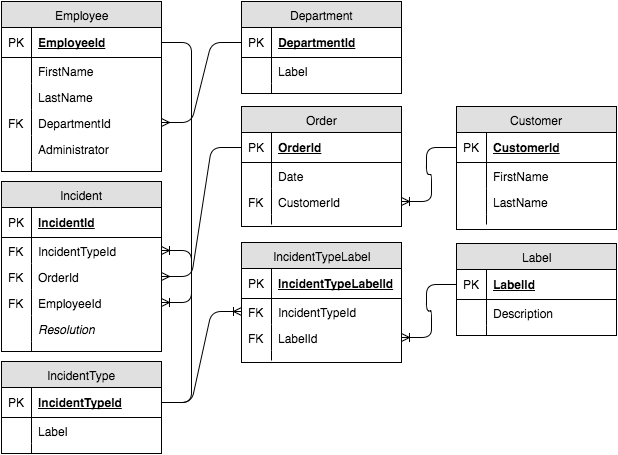
TeamCharles/customer-service keeps this draw.io diagram as CustomerServiceERD.png. Above is the earlier version. Source tidied: cells renumbered, new cells last; positions are measured from the earlier drawing's top-left corner, leaving out a move shared by most shapes.
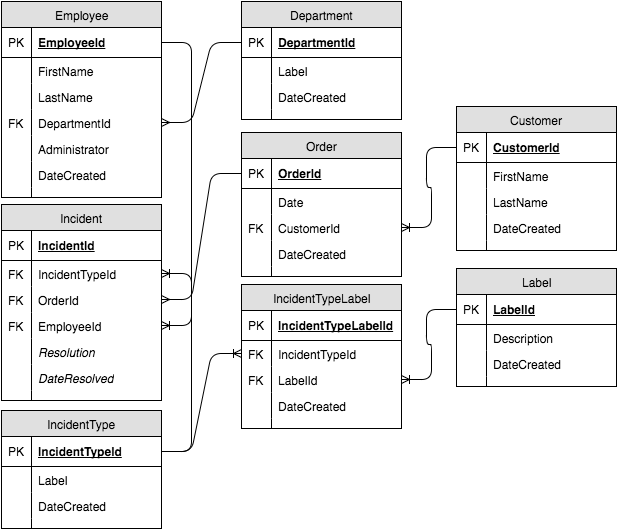
After the change.

The edit, as a diff of the source:
```diff
@@ -3,7 +3,7 @@
     <mxCell id="0" />
     <mxCell id="1" parent="0" />
     <mxCell id="2" value="Employee" style="swimlane;html=1;fontStyle=0;horizontal=1;startSize=26;fillColor=#e0e0e0;swimlaneFillColor=#ffffff;align=center;" parent="1" vertex="1">
-      <mxGeometry width="160" height="170" as="geometry" />
+      <mxGeometry width="160" height="196" as="geometry" />
     </mxCell>
     <mxCell id="3" value="EmployeeId" style="shape=partialRectangle;top=0;left=0;right=0;bottom=1;html=1;align=left;verticalAlign=middle;fillColor=none;spacingLeft=34;spacingRight=4;whiteSpace=wrap;overflow=hidden;points=[[0,0.5],[1,0.5]];portConstraint=eastwest;fontStyle=5;" parent="2" vertex="1">
       <mxGeometry y="26" width="160" height="30" as="geometry" />
@@ -35,14 +35,20 @@
     <mxCell id="12" style="shape=partialRectangle;top=0;left=0;bottom=0;html=1;fillColor=none;align=left;verticalAlign=top;spacingLeft=4;spacingRight=4;whiteSpace=wrap;overflow=hidden;" parent="11" vertex="1">
       <mxGeometry width="30" height="26" as="geometry" />
     </mxCell>
+    <mxCell id="83" value="DateCreated" style="shape=partialRectangle;top=0;left=0;right=0;bottom=0;html=1;align=left;verticalAlign=top;fillColor=none;spacingLeft=34;spacingRight=4;whiteSpace=wrap;overflow=hidden;" parent="2" vertex="1">
+      <mxGeometry y="160" width="160" height="26" as="geometry" />
+    </mxCell>
+    <mxCell id="84" style="shape=partialRectangle;top=0;left=0;bottom=0;html=1;fillColor=none;align=left;verticalAlign=top;spacingLeft=4;spacingRight=4;whiteSpace=wrap;overflow=hidden;" parent="83" vertex="1">
+      <mxGeometry width="30" height="26" as="geometry" />
+    </mxCell>
     <mxCell id="13" style="shape=partialRectangle;top=0;left=0;right=0;bottom=0;html=1;align=left;verticalAlign=top;fillColor=none;spacingLeft=34;spacingRight=4;whiteSpace=wrap;overflow=hidden;" parent="2" vertex="1">
-      <mxGeometry y="160" width="160" height="10" as="geometry" />
+      <mxGeometry y="186" width="160" height="10" as="geometry" />
     </mxCell>
     <mxCell id="14" style="shape=partialRectangle;top=0;left=0;bottom=0;html=1;fillColor=none;align=left;verticalAlign=top;spacingLeft=4;spacingRight=4;whiteSpace=wrap;overflow=hidden;" parent="13" vertex="1">
       <mxGeometry width="30" height="10" as="geometry" />
     </mxCell>
     <mxCell id="15" value="Department" style="swimlane;html=1;fontStyle=0;horizontal=1;startSize=26;fillColor=#e0e0e0;swimlaneFillColor=#ffffff;align=center;" parent="1" vertex="1">
-      <mxGeometry x="240" width="160" height="92" as="geometry" />
+      <mxGeometry x="240" width="160" height="118" as="geometry" />
     </mxCell>
     <mxCell id="16" value="DepartmentId" style="shape=partialRectangle;top=0;left=0;right=0;bottom=1;html=1;align=left;verticalAlign=middle;fillColor=none;spacingLeft=34;spacingRight=4;whiteSpace=wrap;overflow=hidden;points=[[0,0.5],[1,0.5]];portConstraint=eastwest;fontStyle=5;" parent="15" vertex="1">
       <mxGeometry y="26" width="160" height="30" as="geometry" />
@@ -56,14 +62,20 @@
     <mxCell id="19" style="shape=partialRectangle;top=0;left=0;bottom=0;html=1;fillColor=none;align=left;verticalAlign=top;spacingLeft=4;spacingRight=4;whiteSpace=wrap;overflow=hidden;" parent="18" vertex="1">
       <mxGeometry width="30" height="26" as="geometry" />
     </mxCell>
+    <mxCell id="85" value="DateCreated" style="shape=partialRectangle;top=0;left=0;right=0;bottom=0;html=1;align=left;verticalAlign=top;fillColor=none;spacingLeft=34;spacingRight=4;whiteSpace=wrap;overflow=hidden;" parent="15" vertex="1">
+      <mxGeometry y="82" width="160" height="26" as="geometry" />
+    </mxCell>
+    <mxCell id="86" style="shape=partialRectangle;top=0;left=0;bottom=0;html=1;fillColor=none;align=left;verticalAlign=top;spacingLeft=4;spacingRight=4;whiteSpace=wrap;overflow=hidden;" parent="85" vertex="1">
+      <mxGeometry width="30" height="26" as="geometry" />
+    </mxCell>
     <mxCell id="20" style="shape=partialRectangle;top=0;left=0;right=0;bottom=0;html=1;align=left;verticalAlign=top;fillColor=none;spacingLeft=34;spacingRight=4;whiteSpace=wrap;overflow=hidden;" parent="15" vertex="1">
-      <mxGeometry y="82" width="160" height="10" as="geometry" />
+      <mxGeometry y="108" width="160" height="10" as="geometry" />
     </mxCell>
     <mxCell id="21" style="shape=partialRectangle;top=0;left=0;bottom=0;html=1;fillColor=none;align=left;verticalAlign=top;spacingLeft=4;spacingRight=4;whiteSpace=wrap;overflow=hidden;" parent="20" vertex="1">
       <mxGeometry width="30" height="10" as="geometry" />
     </mxCell>
     <mxCell id="22" value="Incident" style="swimlane;html=1;fontStyle=0;horizontal=1;startSize=26;fillColor=#e0e0e0;swimlaneFillColor=#ffffff;align=center;" parent="1" vertex="1">
-      <mxGeometry y="180" width="160" height="170" as="geometry" />
+      <mxGeometry y="203" width="160" height="196" as="geometry" />
     </mxCell>
     <mxCell id="23" value="IncidentId" style="shape=partialRectangle;top=0;left=0;right=0;bottom=1;html=1;align=left;verticalAlign=middle;fillColor=none;spacingLeft=34;spacingRight=4;whiteSpace=wrap;overflow=hidden;fontStyle=5;" parent="22" vertex="1">
       <mxGeometry y="26" width="160" height="30" as="geometry" />
@@ -95,14 +107,20 @@
     <mxCell id="32" style="shape=partialRectangle;top=0;left=0;bottom=0;html=1;fillColor=none;align=left;verticalAlign=top;spacingLeft=4;spacingRight=4;whiteSpace=wrap;overflow=hidden;fontStyle=2;" parent="31" vertex="1">
       <mxGeometry width="30" height="26" as="geometry" />
     </mxCell>
+    <mxCell id="87" value="DateResolved" style="shape=partialRectangle;top=0;left=0;right=0;bottom=0;html=1;align=left;verticalAlign=top;fillColor=none;spacingLeft=34;spacingRight=4;whiteSpace=wrap;overflow=hidden;fontStyle=2;" parent="22" vertex="1">
+      <mxGeometry y="160" width="160" height="26" as="geometry" />
+    </mxCell>
+    <mxCell id="88" style="shape=partialRectangle;top=0;left=0;bottom=0;html=1;fillColor=none;align=left;verticalAlign=top;spacingLeft=4;spacingRight=4;whiteSpace=wrap;overflow=hidden;" parent="87" vertex="1">
+      <mxGeometry width="30" height="26" as="geometry" />
+    </mxCell>
     <mxCell id="33" style="shape=partialRectangle;top=0;left=0;right=0;bottom=0;html=1;align=left;verticalAlign=top;fillColor=none;spacingLeft=34;spacingRight=4;whiteSpace=wrap;overflow=hidden;" parent="22" vertex="1">
-      <mxGeometry y="160" width="160" height="10" as="geometry" />
+      <mxGeometry y="186" width="160" height="10" as="geometry" />
     </mxCell>
     <mxCell id="34" style="shape=partialRectangle;top=0;left=0;bottom=0;html=1;fillColor=none;align=left;verticalAlign=top;spacingLeft=4;spacingRight=4;whiteSpace=wrap;overflow=hidden;" parent="33" vertex="1">
       <mxGeometry width="30" height="10" as="geometry" />
     </mxCell>
     <mxCell id="35" value="Customer" style="swimlane;html=1;fontStyle=0;horizontal=1;startSize=26;fillColor=#e0e0e0;swimlaneFillColor=#ffffff;align=center;" parent="1" vertex="1">
-      <mxGeometry x="455" y="105" width="160" height="123" as="geometry" />
+      <mxGeometry x="455" y="105" width="160" height="144" as="geometry" />
     </mxCell>
     <mxCell id="36" value="CustomerId" style="shape=partialRectangle;top=0;left=0;right=0;bottom=1;html=1;align=left;verticalAlign=middle;fillColor=none;spacingLeft=34;spacingRight=4;whiteSpace=wrap;overflow=hidden;points=[[0,0.5],[1,0.5]];portConstraint=eastwest;fontStyle=5;" parent="35" vertex="1">
       <mxGeometry y="26" width="160" height="30" as="geometry" />
@@ -122,14 +140,20 @@
     <mxCell id="41" style="shape=partialRectangle;top=0;left=0;bottom=0;html=1;fillColor=none;align=left;verticalAlign=top;spacingLeft=4;spacingRight=4;whiteSpace=wrap;overflow=hidden;" parent="40" vertex="1">
       <mxGeometry width="30" height="26" as="geometry" />
     </mxCell>
+    <mxCell id="89" value="DateCreated" style="shape=partialRectangle;top=0;left=0;right=0;bottom=0;html=1;align=left;verticalAlign=top;fillColor=none;spacingLeft=34;spacingRight=4;whiteSpace=wrap;overflow=hidden;" parent="35" vertex="1">
+      <mxGeometry y="108" width="160" height="26" as="geometry" />
+    </mxCell>
+    <mxCell id="90" style="shape=partialRectangle;top=0;left=0;bottom=0;html=1;fillColor=none;align=left;verticalAlign=top;spacingLeft=4;spacingRight=4;whiteSpace=wrap;overflow=hidden;" parent="89" vertex="1">
+      <mxGeometry width="30" height="26" as="geometry" />
+    </mxCell>
     <mxCell id="42" style="shape=partialRectangle;top=0;left=0;right=0;bottom=0;html=1;align=left;verticalAlign=top;fillColor=none;spacingLeft=34;spacingRight=4;whiteSpace=wrap;overflow=hidden;" parent="35" vertex="1">
-      <mxGeometry y="108" width="160" height="10" as="geometry" />
+      <mxGeometry y="134" width="160" height="10" as="geometry" />
     </mxCell>
     <mxCell id="43" style="shape=partialRectangle;top=0;left=0;bottom=0;html=1;fillColor=none;align=left;verticalAlign=top;spacingLeft=4;spacingRight=4;whiteSpace=wrap;overflow=hidden;" parent="42" vertex="1">
       <mxGeometry width="30" height="10" as="geometry" />
     </mxCell>
     <mxCell id="44" value="Order" style="swimlane;html=1;fontStyle=0;horizontal=1;startSize=26;fillColor=#e0e0e0;swimlaneFillColor=#ffffff;align=center;" parent="1" vertex="1">
-      <mxGeometry x="240" y="105" width="160" height="120" as="geometry" />
+      <mxGeometry x="240" y="131" width="160" height="144" as="geometry" />
     </mxCell>
     <mxCell id="45" value="OrderId" style="shape=partialRectangle;top=0;left=0;right=0;bottom=1;html=1;align=left;verticalAlign=middle;fillColor=none;spacingLeft=34;spacingRight=4;whiteSpace=wrap;overflow=hidden;points=[[0,0.5],[1,0.5]];portConstraint=eastwest;fontStyle=5;" parent="44" vertex="1">
       <mxGeometry y="26" width="160" height="30" as="geometry" />
@@ -149,8 +173,14 @@
     <mxCell id="50" value="FK" style="shape=partialRectangle;top=0;left=0;bottom=0;html=1;fillColor=none;align=left;verticalAlign=top;spacingLeft=4;spacingRight=4;whiteSpace=wrap;overflow=hidden;" parent="49" vertex="1">
       <mxGeometry width="30" height="26" as="geometry" />
     </mxCell>
+    <mxCell id="91" value="DateCreated" style="shape=partialRectangle;top=0;left=0;right=0;bottom=0;html=1;align=left;verticalAlign=top;fillColor=none;spacingLeft=34;spacingRight=4;whiteSpace=wrap;overflow=hidden;" parent="44" vertex="1">
+      <mxGeometry y="108" width="160" height="26" as="geometry" />
+    </mxCell>
+    <mxCell id="92" style="shape=partialRectangle;top=0;left=0;bottom=0;html=1;fillColor=none;align=left;verticalAlign=top;spacingLeft=4;spacingRight=4;whiteSpace=wrap;overflow=hidden;" parent="91" vertex="1">
+      <mxGeometry width="30" height="26" as="geometry" />
+    </mxCell>
     <mxCell id="51" style="shape=partialRectangle;top=0;left=0;right=0;bottom=0;html=1;align=left;verticalAlign=top;fillColor=none;spacingLeft=34;spacingRight=4;whiteSpace=wrap;overflow=hidden;" parent="44" vertex="1">
-      <mxGeometry y="108" width="160" height="10" as="geometry" />
+      <mxGeometry y="134" width="160" height="10" as="geometry" />
     </mxCell>
     <mxCell id="52" style="shape=partialRectangle;top=0;left=0;bottom=0;html=1;fillColor=none;align=left;verticalAlign=top;spacingLeft=4;spacingRight=4;whiteSpace=wrap;overflow=hidden;" parent="51" vertex="1">
       <mxGeometry width="30" height="10" as="geometry" />
@@ -165,7 +195,7 @@
       <mxGeometry relative="1" as="geometry" />
     </mxCell>
     <mxCell id="56" value="IncidentType" style="swimlane;html=1;fontStyle=0;horizontal=1;startSize=26;fillColor=#e0e0e0;swimlaneFillColor=#ffffff;align=center;" parent="1" vertex="1">
-      <mxGeometry y="360" width="160" height="92" as="geometry" />
+      <mxGeometry y="409" width="160" height="118" as="geometry" />
     </mxCell>
     <mxCell id="57" value="IncidentTypeId" style="shape=partialRectangle;top=0;left=0;right=0;bottom=1;html=1;align=left;verticalAlign=middle;fillColor=none;spacingLeft=34;spacingRight=4;whiteSpace=wrap;overflow=hidden;points=[[0,0.5],[1,0.5]];portConstraint=eastwest;fontStyle=5;" parent="56" vertex="1">
       <mxGeometry y="26" width="160" height="30" as="geometry" />
@@ -179,8 +209,14 @@
     <mxCell id="60" style="shape=partialRectangle;top=0;left=0;bottom=0;html=1;fillColor=none;align=left;verticalAlign=top;spacingLeft=4;spacingRight=4;whiteSpace=wrap;overflow=hidden;" parent="59" vertex="1">
       <mxGeometry width="30" height="26" as="geometry" />
     </mxCell>
+    <mxCell id="93" value="DateCreated" style="shape=partialRectangle;top=0;left=0;right=0;bottom=0;html=1;align=left;verticalAlign=top;fillColor=none;spacingLeft=34;spacingRight=4;whiteSpace=wrap;overflow=hidden;" parent="56" vertex="1">
+      <mxGeometry y="82" width="160" height="26" as="geometry" />
+    </mxCell>
+    <mxCell id="94" style="shape=partialRectangle;top=0;left=0;bottom=0;html=1;fillColor=none;align=left;verticalAlign=top;spacingLeft=4;spacingRight=4;whiteSpace=wrap;overflow=hidden;" parent="93" vertex="1">
+      <mxGeometry width="30" height="26" as="geometry" />
+    </mxCell>
     <mxCell id="61" style="shape=partialRectangle;top=0;left=0;right=0;bottom=0;html=1;align=left;verticalAlign=top;fillColor=none;spacingLeft=34;spacingRight=4;whiteSpace=wrap;overflow=hidden;" parent="56" vertex="1">
-      <mxGeometry y="82" width="160" height="10" as="geometry" />
+      <mxGeometry y="108" width="160" height="10" as="geometry" />
     </mxCell>
     <mxCell id="62" style="shape=partialRectangle;top=0;left=0;bottom=0;html=1;fillColor=none;align=left;verticalAlign=top;spacingLeft=4;spacingRight=4;whiteSpace=wrap;overflow=hidden;" parent="61" vertex="1">
       <mxGeometry width="30" height="10" as="geometry" />
@@ -189,7 +225,7 @@
       <mxGeometry x="210" y="351" as="geometry" />
     </mxCell>
     <mxCell id="64" value="Label" style="swimlane;html=1;fontStyle=0;horizontal=1;startSize=26;fillColor=#e0e0e0;swimlaneFillColor=#ffffff;align=center;" parent="1" vertex="1">
-      <mxGeometry x="455" y="242" width="160" height="92" as="geometry" />
+      <mxGeometry x="455" y="267" width="160" height="118" as="geometry" />
     </mxCell>
     <mxCell id="65" value="LabelId" style="shape=partialRectangle;top=0;left=0;right=0;bottom=1;html=1;align=left;verticalAlign=middle;fillColor=none;spacingLeft=34;spacingRight=4;whiteSpace=wrap;overflow=hidden;points=[[0,0.5],[1,0.5]];portConstraint=eastwest;fontStyle=5;" parent="64" vertex="1">
       <mxGeometry y="26" width="160" height="30" as="geometry" />
@@ -203,14 +239,20 @@
     <mxCell id="68" style="shape=partialRectangle;top=0;left=0;bottom=0;html=1;fillColor=none;align=left;verticalAlign=top;spacingLeft=4;spacingRight=4;whiteSpace=wrap;overflow=hidden;" parent="67" vertex="1">
       <mxGeometry width="30" height="26" as="geometry" />
     </mxCell>
+    <mxCell id="95" value="DateCreated" style="shape=partialRectangle;top=0;left=0;right=0;bottom=0;html=1;align=left;verticalAlign=top;fillColor=none;spacingLeft=34;spacingRight=4;whiteSpace=wrap;overflow=hidden;" parent="64" vertex="1">
+      <mxGeometry y="82" width="160" height="26" as="geometry" />
+    </mxCell>
+    <mxCell id="96" style="shape=partialRectangle;top=0;left=0;bottom=0;html=1;fillColor=none;align=left;verticalAlign=top;spacingLeft=4;spacingRight=4;whiteSpace=wrap;overflow=hidden;" parent="95" vertex="1">
+      <mxGeometry width="30" height="26" as="geometry" />
+    </mxCell>
     <mxCell id="69" style="shape=partialRectangle;top=0;left=0;right=0;bottom=0;html=1;align=left;verticalAlign=top;fillColor=none;spacingLeft=34;spacingRight=4;whiteSpace=wrap;overflow=hidden;" parent="64" vertex="1">
-      <mxGeometry y="82" width="160" height="10" as="geometry" />
+      <mxGeometry y="108" width="160" height="10" as="geometry" />
     </mxCell>
     <mxCell id="70" style="shape=partialRectangle;top=0;left=0;bottom=0;html=1;fillColor=none;align=left;verticalAlign=top;spacingLeft=4;spacingRight=4;whiteSpace=wrap;overflow=hidden;" parent="69" vertex="1">
       <mxGeometry width="30" height="10" as="geometry" />
     </mxCell>
     <mxCell id="71" value="IncidentTypeLabel" style="swimlane;html=1;fontStyle=0;horizontal=1;startSize=26;fillColor=#e0e0e0;swimlaneFillColor=#ffffff;align=center;" parent="1" vertex="1">
-      <mxGeometry x="240" y="241" width="160" height="120" as="geometry" />
+      <mxGeometry x="240" y="283" width="160" height="144" as="geometry" />
     </mxCell>
     <mxCell id="72" value="IncidentTypeLabelId" style="shape=partialRectangle;top=0;left=0;right=0;bottom=1;html=1;align=left;verticalAlign=middle;fillColor=none;spacingLeft=34;spacingRight=4;whiteSpace=wrap;overflow=hidden;fontStyle=5;" parent="71" vertex="1">
       <mxGeometry y="26" width="160" height="30" as="geometry" />
@@ -230,8 +272,14 @@
     <mxCell id="77" value="FK" style="shape=partialRectangle;top=0;left=0;bottom=0;html=1;fillColor=none;align=left;verticalAlign=top;spacingLeft=4;spacingRight=4;whiteSpace=wrap;overflow=hidden;" parent="76" vertex="1">
       <mxGeometry width="30" height="26" as="geometry" />
     </mxCell>
+    <mxCell id="97" value="DateCreated" style="shape=partialRectangle;top=0;left=0;right=0;bottom=0;html=1;align=left;verticalAlign=top;fillColor=none;spacingLeft=34;spacingRight=4;whiteSpace=wrap;overflow=hidden;" parent="71" vertex="1">
+      <mxGeometry y="108" width="160" height="26" as="geometry" />
+    </mxCell>
+    <mxCell id="98" style="shape=partialRectangle;top=0;left=0;bottom=0;html=1;fillColor=none;align=left;verticalAlign=top;spacingLeft=4;spacingRight=4;whiteSpace=wrap;overflow=hidden;" parent="97" vertex="1">
+      <mxGeometry width="30" height="26" as="geometry" />
+    </mxCell>
     <mxCell id="78" style="shape=partialRectangle;top=0;left=0;right=0;bottom=0;html=1;align=left;verticalAlign=top;fillColor=none;spacingLeft=34;spacingRight=4;whiteSpace=wrap;overflow=hidden;" parent="71" vertex="1">
-      <mxGeometry y="108" width="160" height="10" as="geometry" />
+      <mxGeometry y="134" width="160" height="10" as="geometry" />
     </mxCell>
     <mxCell id="79" style="shape=partialRectangle;top=0;left=0;bottom=0;html=1;fillColor=none;align=left;verticalAlign=top;spacingLeft=4;spacingRight=4;whiteSpace=wrap;overflow=hidden;" parent="78" vertex="1">
       <mxGeometry width="30" height="10" as="geometry" />
```
